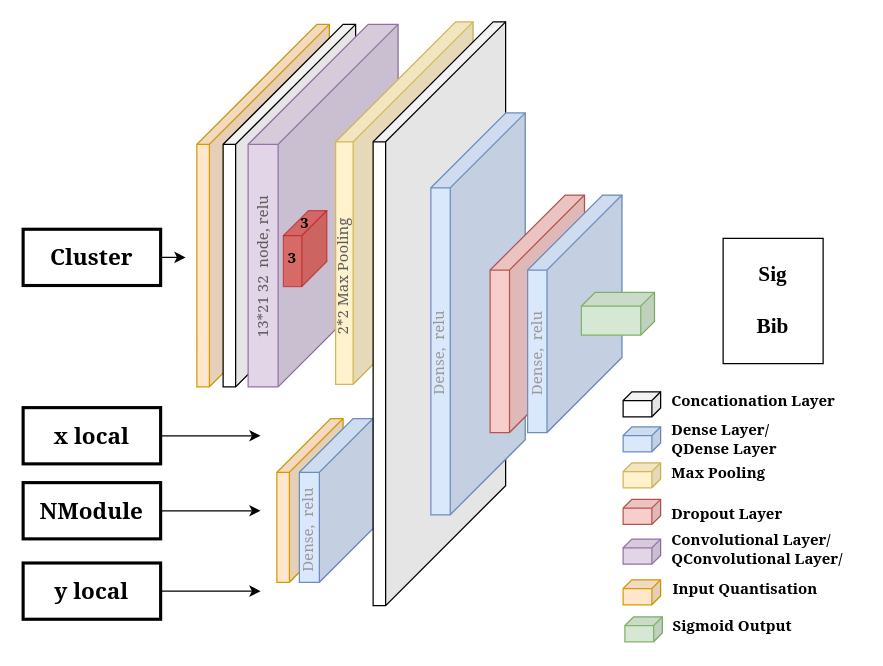
Above: paperPlots/EricPlots/Model3.drawio in elizahoward/Muon_Collider_Smart_Pixels (draw.io), before the change. Source tidied: cells renumbered, new cells numbered last; positions are measured from the earlier drawing's top-left corner, leaving out a move shared by most shapes. Both pictures are drawn from the tidied source at 125%, with x=0, y=0 at pixel (22, 21).
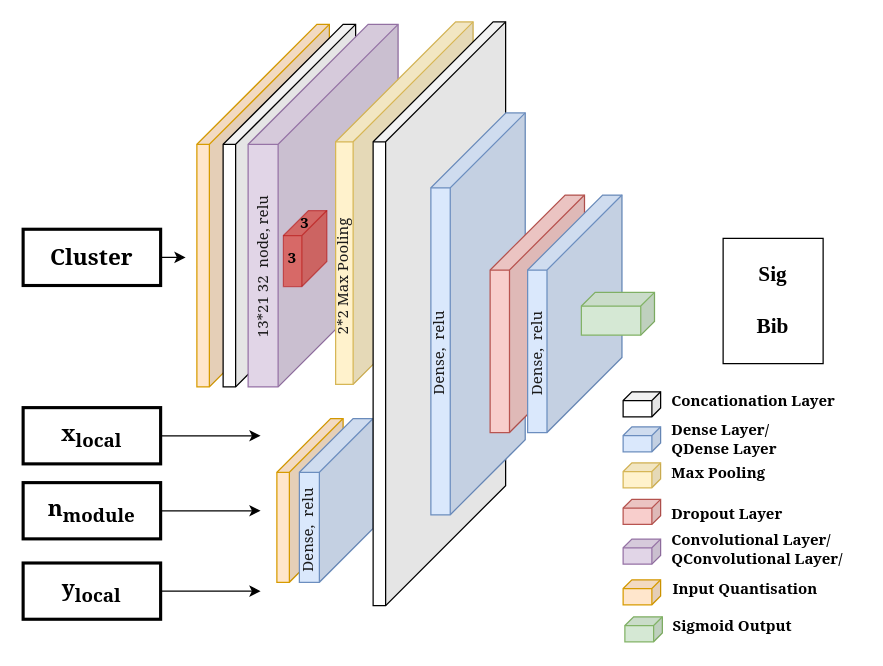
The same diagram, later.

What changed in the source:
```diff
@@
-    <mxCell id="7" value="13*21 32&amp;nbsp; node, relu" style="text;html=1;strokeColor=none;fillColor=none;align=center;verticalAlign=middle;whiteSpace=wrap;rounded=0;fontFamily=Georgia;rotation=-90;fontColor=light-dark(#5c5c5c, #6a6a6a);" parent="1" vertex="1">
+    <mxCell id="7" value="13*21 32&amp;nbsp; node, relu" style="text;html=1;strokeColor=none;fillColor=none;align=center;verticalAlign=middle;whiteSpace=wrap;rounded=0;fontFamily=Georgia;rotation=-90;fontColor=light-dark(#1A1A1A,#6A6A6A);" parent="1" vertex="1">
       <mxGeometry x="117" y="181" width="150" height="29.9" as="geometry" />
     </mxCell>
@@
-    <mxCell id="13" value="2*2 Max Pooling" style="text;html=1;strokeColor=none;fillColor=none;align=center;verticalAlign=middle;whiteSpace=wrap;rounded=0;fontFamily=Georgia;rotation=-90;fontColor=light-dark(#5c5c5c, #6a6a6a);" parent="1" vertex="1">
+    <mxCell id="13" value="2*2 Max Pooling" style="text;html=1;strokeColor=none;fillColor=none;align=center;verticalAlign=middle;whiteSpace=wrap;rounded=0;fontFamily=Georgia;rotation=-90;fontColor=light-dark(#1A1A1A,#6A6A6A);" parent="1" vertex="1">
       <mxGeometry x="181" y="188.9" width="150" height="29.9" as="geometry" />
     </mxCell>
@@
-    <mxCell id="31" value="&lt;font face=&quot;Georgia&quot;&gt;&lt;span style=&quot;font-size: 18px; text-wrap-mode: nowrap;&quot;&gt;&lt;b&gt;x local&lt;/b&gt;&lt;/span&gt;&lt;/font&gt;" style="rounded=0;whiteSpace=wrap;html=1;strokeWidth=2.5;" parent="1" vertex="1">
+    <mxCell id="31" value="&lt;font face=&quot;Georgia&quot;&gt;&lt;span style=&quot;font-size: 18px; text-wrap-mode: nowrap;&quot;&gt;&lt;b&gt;x&lt;sub&gt;local&lt;/sub&gt;&lt;/b&gt;&lt;/span&gt;&lt;/font&gt;" style="rounded=0;whiteSpace=wrap;html=1;strokeWidth=2.5;" parent="1" vertex="1">
       <mxGeometry y="308.6" width="110" height="45" as="geometry" />
     </mxCell>
@@
-    <mxCell id="33" value="&lt;font face=&quot;Georgia&quot;&gt;&lt;span style=&quot;font-size: 18px; text-wrap-mode: nowrap;&quot;&gt;&lt;b&gt;NModule&lt;/b&gt;&lt;/span&gt;&lt;/font&gt;" style="rounded=0;whiteSpace=wrap;html=1;strokeWidth=2.5;" parent="1" vertex="1">
+    <mxCell id="33" value="&lt;font face=&quot;Georgia&quot;&gt;&lt;span style=&quot;font-size: 18px; text-wrap-mode: nowrap;&quot;&gt;&lt;b&gt;n&lt;sub&gt;module&lt;/sub&gt;&lt;/b&gt;&lt;/span&gt;&lt;/font&gt;" style="rounded=0;whiteSpace=wrap;html=1;strokeWidth=2.5;" parent="1" vertex="1">
       <mxGeometry y="368.6" width="110" height="45" as="geometry" />
     </mxCell>
@@
-    <mxCell id="35" value="&lt;font face=&quot;Georgia&quot;&gt;&lt;span style=&quot;font-size: 18px; text-wrap-mode: nowrap;&quot;&gt;&lt;b&gt;y local&lt;/b&gt;&lt;/span&gt;&lt;/font&gt;" style="rounded=0;whiteSpace=wrap;html=1;strokeWidth=2.5;" parent="1" vertex="1">
+    <mxCell id="35" value="&lt;font face=&quot;Georgia&quot;&gt;&lt;span style=&quot;font-size: 18px; text-wrap-mode: nowrap;&quot;&gt;&lt;b&gt;y&lt;sub&gt;local&lt;/sub&gt;&lt;/b&gt;&lt;/span&gt;&lt;/font&gt;" style="rounded=0;whiteSpace=wrap;html=1;strokeWidth=2.5;" parent="1" vertex="1">
       <mxGeometry y="432.9" width="110" height="45" as="geometry" />
     </mxCell>
@@
-    <mxCell id="43" value="Dense,&amp;nbsp; relu" style="text;html=1;strokeColor=none;fillColor=none;align=center;verticalAlign=middle;whiteSpace=wrap;rounded=0;fontFamily=Georgia;rotation=-90;fontColor=#999999;" parent="1" vertex="1">
+    <mxCell id="43" value="Dense,&amp;nbsp; relu" style="text;html=1;strokeColor=none;fillColor=none;align=center;verticalAlign=middle;whiteSpace=wrap;rounded=0;fontFamily=Georgia;rotation=-90;fontColor=#1A1A1A;" parent="1" vertex="1">
       <mxGeometry x="179" y="391.8" width="99" height="29.9" as="geometry" />
     </mxCell>
-    <mxCell id="44" value="Dense,&amp;nbsp; relu" style="text;html=1;strokeColor=none;fillColor=none;align=center;verticalAlign=middle;whiteSpace=wrap;rounded=0;fontFamily=Georgia;rotation=-90;fontColor=#999999;" parent="1" vertex="1">
+    <mxCell id="44" value="Dense,&amp;nbsp; relu" style="text;html=1;strokeColor=none;fillColor=none;align=center;verticalAlign=middle;whiteSpace=wrap;rounded=0;fontFamily=Georgia;rotation=-90;fontColor=#1A1A1A;" parent="1" vertex="1">
       <mxGeometry x="283.5" y="250.6" width="99" height="29.9" as="geometry" />
     </mxCell>
-    <mxCell id="45" value="Dense,&amp;nbsp; relu" style="text;html=1;strokeColor=none;fillColor=none;align=center;verticalAlign=middle;whiteSpace=wrap;rounded=0;fontFamily=Georgia;rotation=-90;fontColor=#999999;" parent="1" vertex="1">
+    <mxCell id="45" value="Dense,&amp;nbsp; relu" style="text;html=1;strokeColor=none;fillColor=none;align=center;verticalAlign=middle;whiteSpace=wrap;rounded=0;fontFamily=Georgia;rotation=-90;fontColor=#1A1A1A;" parent="1" vertex="1">
       <mxGeometry x="361.9" y="250.6" width="99" height="29.9" as="geometry" />
     </mxCell>
```
